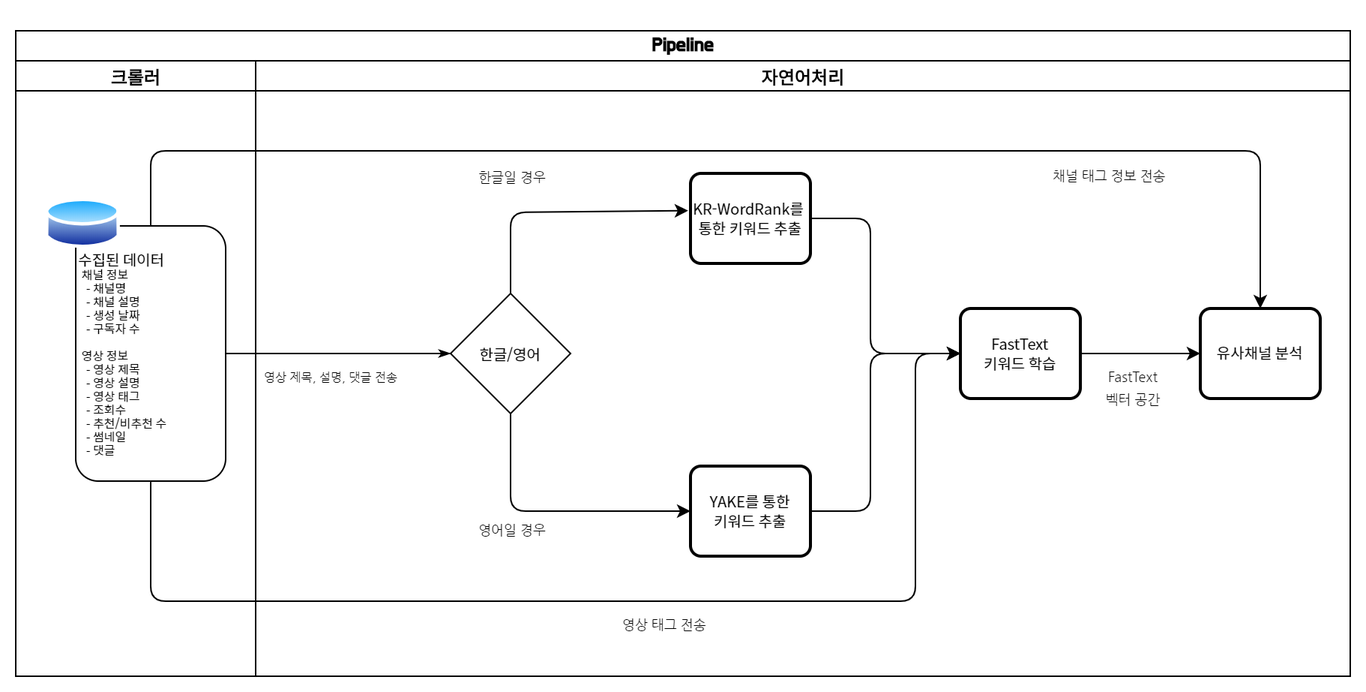
JihongPark-Moloco/SWMaestro-NLP keeps this draw.io diagram as images/NLP_pipeline.png. Above is the earlier version. Source tidied: cells renumbered, new cells last; positions are measured from the earlier drawing's top-left corner, leaving out a move shared by most shapes.
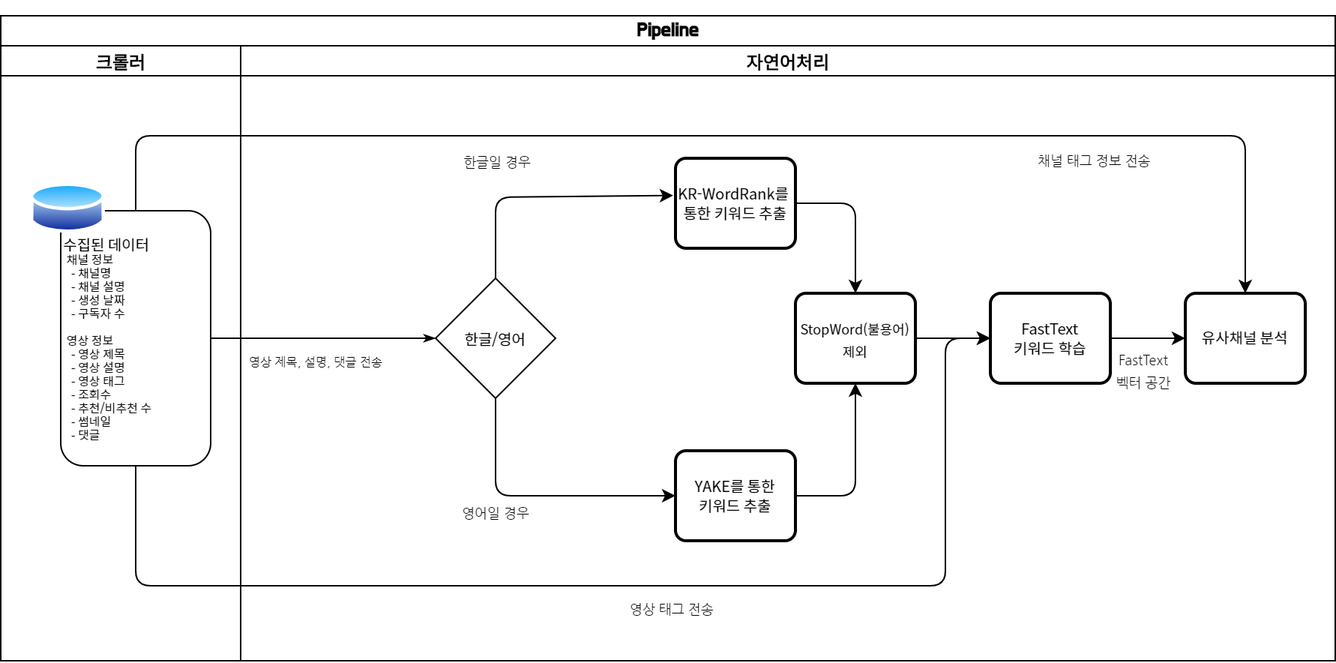
Above is the later version.

Diff of the diagram source:
```diff
@@ -52,25 +52,26 @@
         <mxPoint y="29.3" as="offset" />
       </mxGeometry>
     </mxCell>
-    <mxCell id="15" value="&lt;p style=&quot;line-height: 100%&quot;&gt;&lt;/p&gt;&lt;p style=&quot;font-size: 10px&quot;&gt;&lt;font face=&quot;Noto Sans KR&quot;&gt;FastText&lt;br&gt;&lt;/font&gt;&lt;font face=&quot;Noto Sans KR&quot;&gt;키워드 학습&lt;/font&gt;&lt;/p&gt;&lt;p&gt;&lt;/p&gt;" style="rounded=1;whiteSpace=wrap;html=1;absoluteArcSize=1;arcSize=14;strokeWidth=2;fontFamily=Nanum Gothic;fontSize=13;" parent="8" vertex="1">
-      <mxGeometry x="470" y="165" width="80" height="60" as="geometry" />
-    </mxCell>
-    <mxCell id="16" style="endArrow=classic;html=1;fontFamily=Nanum Gothic;fontSize=13;exitX=1;exitY=0.5;exitDx=0;exitDy=0;entryX=0;entryY=0.5;entryDx=0;entryDy=0;" parent="8" edge="1" source="11" target="15">
+    <mxCell id="16" style="endArrow=classic;html=1;fontFamily=Nanum Gothic;fontSize=13;exitX=1;exitY=0.5;exitDx=0;exitDy=0;entryX=0.5;entryY=0;entryDx=0;entryDy=0;" parent="8" edge="1" source="11" target="24">
       <mxGeometry relative="1" as="geometry">
         <Array as="points">
           <mxPoint x="410" y="105" />
-          <mxPoint x="410" y="195" />
         </Array>
       </mxGeometry>
     </mxCell>
-    <mxCell id="17" style="endArrow=classic;html=1;fontFamily=Nanum Gothic;fontSize=13;exitX=1;exitY=0.5;exitDx=0;exitDy=0;entryX=0;entryY=0.5;entryDx=0;entryDy=0;" parent="8" edge="1" source="12" target="15">
+    <mxCell id="17" style="endArrow=classic;html=1;fontFamily=Nanum Gothic;fontSize=13;exitX=1;exitY=0.5;exitDx=0;exitDy=0;entryX=0.5;entryY=1;entryDx=0;entryDy=0;" parent="8" edge="1" source="12" target="24">
       <mxGeometry relative="1" as="geometry">
         <Array as="points">
           <mxPoint x="410" y="300" />
-          <mxPoint x="410" y="195" />
         </Array>
       </mxGeometry>
     </mxCell>
+    <mxCell id="24" value="&lt;p style=&quot;line-height: 100%&quot;&gt;&lt;/p&gt;&lt;p&gt;&lt;font face=&quot;Noto Sans KR&quot; style=&quot;font-size: 9px&quot;&gt;StopWord(불용어)제외&lt;/font&gt;&lt;/p&gt;&lt;p&gt;&lt;/p&gt;" style="rounded=1;whiteSpace=wrap;html=1;absoluteArcSize=1;arcSize=14;strokeWidth=2;fontFamily=Nanum Gothic;fontSize=13;" parent="8" vertex="1">
+      <mxGeometry x="370" y="165" width="80" height="60" as="geometry" />
+    </mxCell>
+    <mxCell id="15" value="&lt;p style=&quot;line-height: 100%&quot;&gt;&lt;/p&gt;&lt;p style=&quot;font-size: 10px&quot;&gt;&lt;font face=&quot;Noto Sans KR&quot;&gt;FastText&lt;br&gt;&lt;/font&gt;&lt;font face=&quot;Noto Sans KR&quot;&gt;키워드 학습&lt;/font&gt;&lt;/p&gt;&lt;p&gt;&lt;/p&gt;" style="rounded=1;whiteSpace=wrap;html=1;absoluteArcSize=1;arcSize=14;strokeWidth=2;fontFamily=Nanum Gothic;fontSize=13;" parent="8" vertex="1">
+      <mxGeometry x="500" y="165" width="80" height="60" as="geometry" />
+    </mxCell>
     <mxCell id="18" value="&lt;p style=&quot;line-height: 100%&quot;&gt;&lt;/p&gt;&lt;p style=&quot;font-size: 10px&quot;&gt;&lt;font face=&quot;Noto Sans KR&quot;&gt;유사채널 분석&lt;/font&gt;&lt;/p&gt;&lt;p&gt;&lt;/p&gt;" style="rounded=1;whiteSpace=wrap;html=1;absoluteArcSize=1;arcSize=14;strokeWidth=2;fontFamily=Nanum Gothic;fontSize=13;" parent="8" vertex="1">
       <mxGeometry x="630" y="165" width="80" height="60" as="geometry" />
     </mxCell>
@@ -82,12 +83,15 @@
         <mxPoint y="20" as="offset" />
       </mxGeometry>
     </mxCell>
+    <mxCell id="25" style="endArrow=classic;html=1;exitX=1;exitY=0.5;exitDx=0;exitDy=0;entryX=0;entryY=0.5;entryDx=0;entryDy=0;" parent="8" edge="1" source="24" target="15">
+      <mxGeometry relative="1" as="geometry" />
+    </mxCell>
     <mxCell id="21" value="&lt;font style=&quot;font-size: 9px&quot;&gt;영상 태그 전송&lt;/font&gt;" style="endArrow=classic;html=1;fontFamily=Nanum Gothic;fontSize=13;exitX=0.5;exitY=1;exitDx=0;exitDy=0;labelPosition=right;verticalLabelPosition=bottom;align=left;verticalAlign=top;entryX=0;entryY=0.5;entryDx=0;entryDy=0;" parent="2" edge="1" source="5" target="15">
       <mxGeometry relative="1" as="geometry">
         <Array as="points">
           <mxPoint x="90" y="380" />
-          <mxPoint x="600" y="380" />
-          <mxPoint x="600" y="215" />
+          <mxPoint x="630" y="380" />
+          <mxPoint x="630" y="215" />
         </Array>
       </mxGeometry>
     </mxCell>
```
